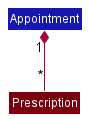
Above: docs/diagrams/PrescriptionClassDiagram.png in rish-16/tp (PlantUML), before the change.
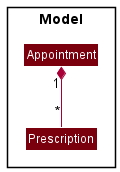
Later version of the same file.

Change to the diagram source:
```diff
@@ -1,12 +1,13 @@
 @startuml
-!include ../style.puml
+!include style.puml
 
-Class Appointment LOGIC_COLOR_T3
-
+Package Model <<Rectangle>>{
+Class Appointment MODEL_COLOR_T3
 Class Prescription MODEL_COLOR_T3
 
 
 Appointment "1" *-- "*"Prescription
 
+}
 
 @enduml
```
